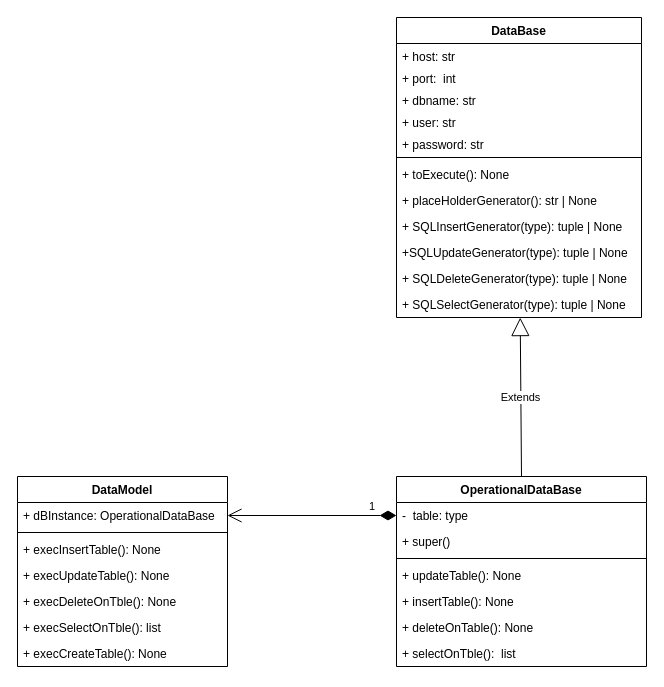
Earlier version of the draw.io diagram page "Diagrama de Classes Banco Dados" (3 of 5) of EstruturaObtencaoDeDados.drawio (Fat83dotcom/Interface_Estacao). Source tidied: cells renumbered, new cells numbered last; positions are measured from the earlier drawing's top-left corner, leaving out a move shared by most shapes. Both pictures are drawn from the tidied source at 100%, with x=0, y=0 at pixel (17, 17).
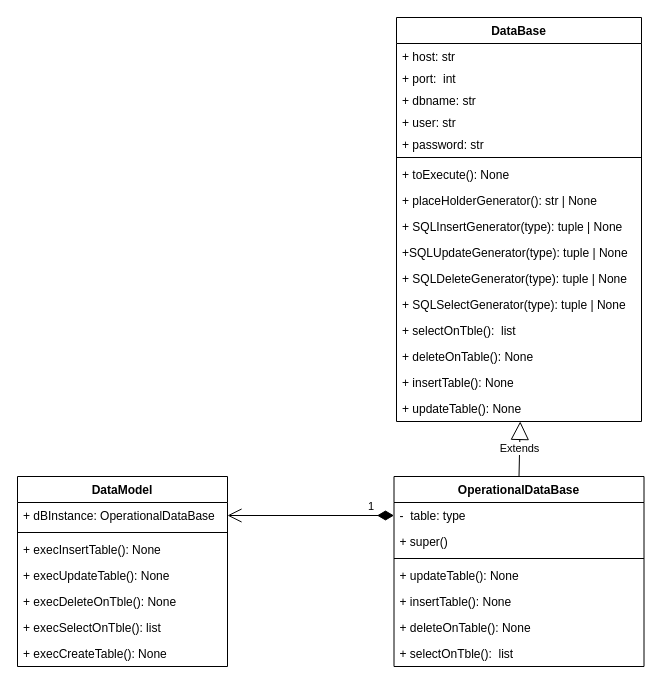
Above is the later version.

The change refers to these unchanged cells:
```xml
<mxCell id="22" value="+ SQLSelectGenerator(type): tuple | None" style="text;strokeColor=none;fillColor=none;align=left;verticalAlign=top;spacingLeft=4;spacingRight=4;overflow=hidden;points=[[0,0.5],[1,0.5]];portConstraint=eastwest;" parent="10" vertex="1">
  <mxGeometry y="274" width="245" height="26" as="geometry" />
</mxCell>
```

Change to the diagram source:
```diff
@@
     <mxCell id="2" value="OperationalDataBase" style="swimlane;fontStyle=1;align=center;verticalAlign=top;horizontal=1;startSize=26;fillColor=none;" parent="1" vertex="1">
-      <mxGeometry x="379" y="459" width="250" height="190" as="geometry" />
+      <mxGeometry x="376.5" y="459" width="250" height="190" as="geometry" />
     </mxCell>
@@
     <mxCell id="10" value="DataBase" style="swimlane;fontStyle=1;align=center;verticalAlign=top;horizontal=1;startSize=26;fillColor=none;" parent="1" vertex="1">
-      <mxGeometry x="379" width="245" height="300" as="geometry" />
+      <mxGeometry x="379" width="245" height="404" as="geometry" />
     </mxCell>
@@
+    <mxCell id="33" value="+ selectOnTble():  list" style="text;strokeColor=none;fillColor=none;align=left;verticalAlign=top;spacingLeft=4;spacingRight=4;overflow=hidden;" parent="10" vertex="1">
+      <mxGeometry y="300" width="245" height="26" as="geometry" />
+    </mxCell>
+    <mxCell id="34" value="+ deleteOnTable(): None" style="text;strokeColor=none;fillColor=none;align=left;verticalAlign=top;spacingLeft=4;spacingRight=4;overflow=hidden;" parent="10" vertex="1">
+      <mxGeometry y="326" width="245" height="26" as="geometry" />
+    </mxCell>
+    <mxCell id="35" value="+ insertTable(): None" style="text;strokeColor=none;fillColor=none;align=left;verticalAlign=top;spacingLeft=4;spacingRight=4;overflow=hidden;" parent="10" vertex="1">
+      <mxGeometry y="352" width="245" height="26" as="geometry" />
+    </mxCell>
+    <mxCell id="36" value="+ updateTable(): None" style="text;strokeColor=none;fillColor=none;align=left;verticalAlign=top;spacingLeft=4;spacingRight=4;overflow=hidden;points=[[0,0.5],[1,0.5]];portConstraint=eastwest;" parent="10" vertex="1">
+      <mxGeometry y="378" width="245" height="26" as="geometry" />
+    </mxCell>
-    <mxCell id="23" value="Extends" style="endArrow=block;endSize=16;endFill=0;html=1;rounded=0;exitX=0.5;exitY=0;exitDx=0;exitDy=0;entryX=0.505;entryY=1.003;entryDx=0;entryDy=0;entryPerimeter=0;" parent="1" edge="1" source="2" target="22">
+    <mxCell id="23" value="Extends" style="endArrow=block;endSize=16;endFill=0;html=1;rounded=0;exitX=0.5;exitY=0;exitDx=0;exitDy=0;entryX=0.505;entryY=0.998;entryDx=0;entryDy=0;entryPerimeter=0;" parent="1" edge="1" source="2" target="36">
       <mxGeometry relative="1" as="geometry" />
     </mxCell>
```
